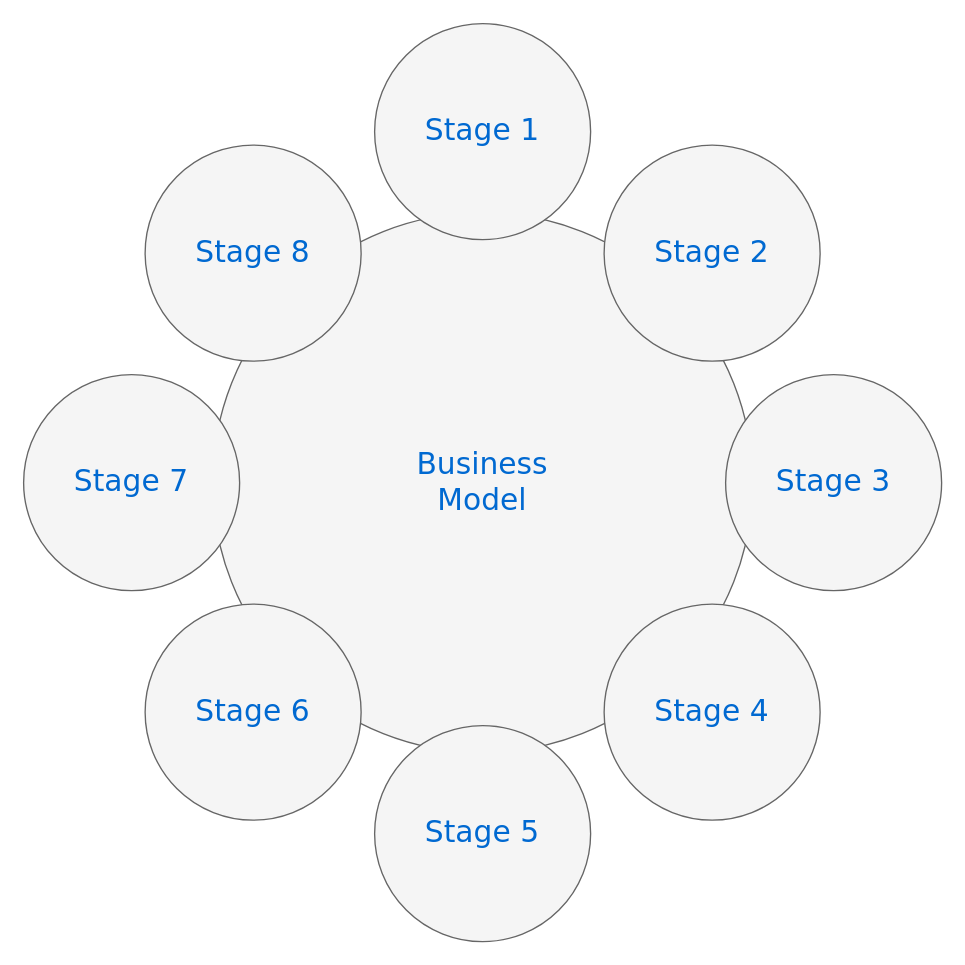
Earlier version of the draw.io diagram onbapp.drawio (RoboDD/my-flow-chart). Source tidied: cells renumbered, new cells numbered last; positions are measured from the earlier drawing's top-left corner, leaving out a move shared by most shapes. Both pictures are drawn from the tidied source at 135%, with x=0, y=0 at pixel (23, 23).
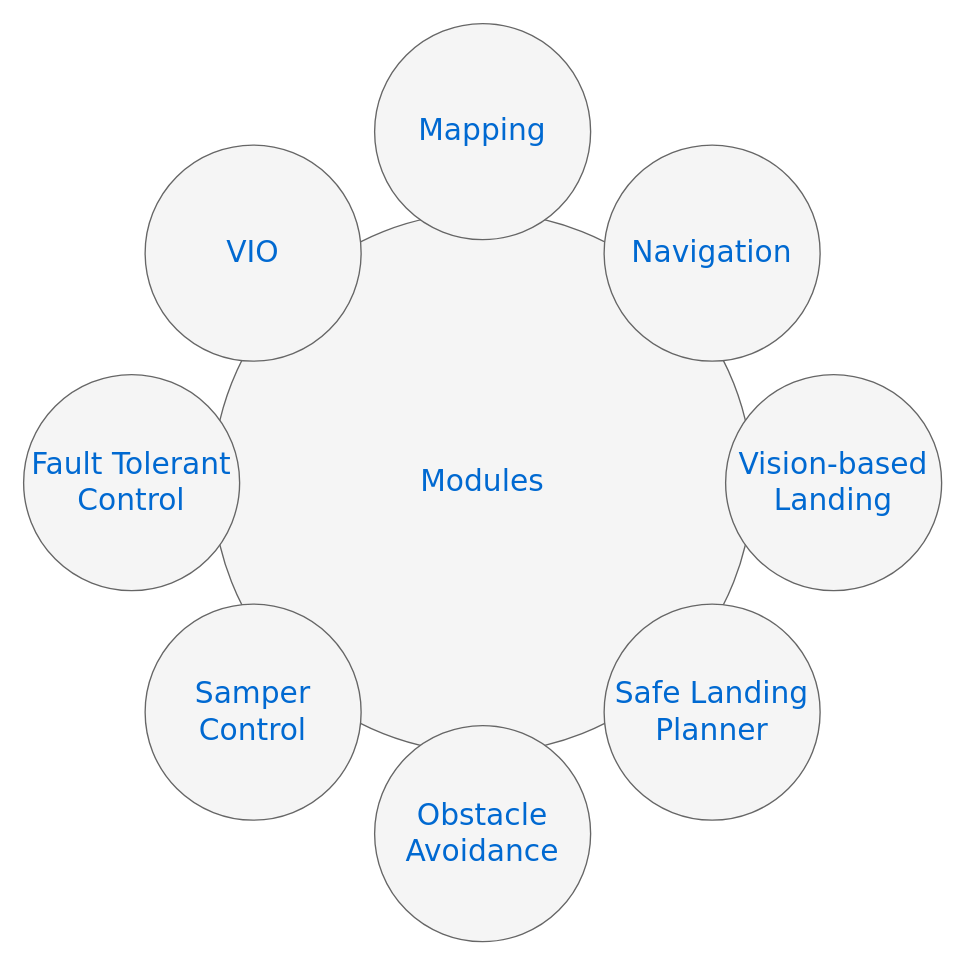
After the change.

What changed in the source:
```diff
@@
 <mxGraphModel>
   <root>
     <mxCell id="0" />
     <mxCell id="1" parent="0" />
-    <mxCell id="2" value="Business&lt;div&gt;Model&lt;/div&gt;" style="ellipse;whiteSpace=wrap;html=1;rounded=0;shadow=0;dashed=0;comic=0;fontFamily=Verdana;fontSize=22;fontColor=#0069D1;fillColor=#f5f5f5;strokeColor=#666666;" parent="1" vertex="1">
+    <mxCell id="2" value="Modules" style="ellipse;whiteSpace=wrap;html=1;rounded=0;shadow=0;dashed=0;comic=0;fontFamily=Verdana;fontSize=22;fontColor=#0069D1;fillColor=#f5f5f5;strokeColor=#666666;" parent="1" vertex="1">
       <mxGeometry x="140" y="140" width="400" height="400" as="geometry" />
     </mxCell>
-    <mxCell id="3" value="Stage 1" style="ellipse;whiteSpace=wrap;html=1;rounded=0;shadow=0;dashed=0;comic=0;fontFamily=Verdana;fontSize=22;fontColor=#0069D1;fillColor=#f5f5f5;strokeColor=#666666;" parent="1" vertex="1">
+    <mxCell id="3" value="Mapping" style="ellipse;whiteSpace=wrap;html=1;rounded=0;shadow=0;dashed=0;comic=0;fontFamily=Verdana;fontSize=22;fontColor=#0069D1;fillColor=#f5f5f5;strokeColor=#666666;" parent="1" vertex="1">
       <mxGeometry x="260" width="160" height="160" as="geometry" />
     </mxCell>
-    <mxCell id="4" value="Stage 5" style="ellipse;whiteSpace=wrap;html=1;rounded=0;shadow=0;dashed=0;comic=0;fontFamily=Verdana;fontSize=22;fontColor=#0069D1;fillColor=#f5f5f5;strokeColor=#666666;" parent="1" vertex="1">
+    <mxCell id="4" value="Obstacle Avoidance" style="ellipse;whiteSpace=wrap;html=1;rounded=0;shadow=0;dashed=0;comic=0;fontFamily=Verdana;fontSize=22;fontColor=#0069D1;fillColor=#f5f5f5;strokeColor=#666666;" parent="1" vertex="1">
       <mxGeometry x="260" y="520" width="160" height="160" as="geometry" />
     </mxCell>
-    <mxCell id="5" value="Stage 3" style="ellipse;whiteSpace=wrap;html=1;rounded=0;shadow=0;dashed=0;comic=0;fontFamily=Verdana;fontSize=22;fontColor=#0069D1;fillColor=#f5f5f5;strokeColor=#666666;" parent="1" vertex="1">
+    <mxCell id="5" value="Vision-based Landing" style="ellipse;whiteSpace=wrap;html=1;rounded=0;shadow=0;dashed=0;comic=0;fontFamily=Verdana;fontSize=22;fontColor=#0069D1;fillColor=#f5f5f5;strokeColor=#666666;" parent="1" vertex="1">
       <mxGeometry x="520" y="260" width="160" height="160" as="geometry" />
     </mxCell>
-    <mxCell id="6" value="Stage 7" style="ellipse;whiteSpace=wrap;html=1;rounded=0;shadow=0;dashed=0;comic=0;fontFamily=Verdana;fontSize=22;fontColor=#0069D1;fillColor=#f5f5f5;strokeColor=#666666;" parent="1" vertex="1">
+    <mxCell id="6" value="Fault Tolerant Control" style="ellipse;whiteSpace=wrap;html=1;rounded=0;shadow=0;dashed=0;comic=0;fontFamily=Verdana;fontSize=22;fontColor=#0069D1;fillColor=#f5f5f5;strokeColor=#666666;" parent="1" vertex="1">
       <mxGeometry y="260" width="160" height="160" as="geometry" />
     </mxCell>
-    <mxCell id="7" value="Stage 8" style="ellipse;whiteSpace=wrap;html=1;rounded=0;shadow=0;dashed=0;comic=0;fontFamily=Verdana;fontSize=22;fontColor=#0069D1;fillColor=#f5f5f5;strokeColor=#666666;" parent="1" vertex="1">
+    <mxCell id="7" value="VIO" style="ellipse;whiteSpace=wrap;html=1;rounded=0;shadow=0;dashed=0;comic=0;fontFamily=Verdana;fontSize=22;fontColor=#0069D1;fillColor=#f5f5f5;strokeColor=#666666;" parent="1" vertex="1">
       <mxGeometry x="90" y="90" width="160" height="160" as="geometry" />
     </mxCell>
-    <mxCell id="8" value="Stage 2" style="ellipse;whiteSpace=wrap;html=1;rounded=0;shadow=0;dashed=0;comic=0;fontFamily=Verdana;fontSize=22;fontColor=#0069D1;fillColor=#f5f5f5;strokeColor=#666666;" parent="1" vertex="1">
+    <mxCell id="8" value="Navigation" style="ellipse;whiteSpace=wrap;html=1;rounded=0;shadow=0;dashed=0;comic=0;fontFamily=Verdana;fontSize=22;fontColor=#0069D1;fillColor=#f5f5f5;strokeColor=#666666;" parent="1" vertex="1">
       <mxGeometry x="430" y="90" width="160" height="160" as="geometry" />
     </mxCell>
-    <mxCell id="9" value="Stage 4" style="ellipse;whiteSpace=wrap;html=1;rounded=0;shadow=0;dashed=0;comic=0;fontFamily=Verdana;fontSize=22;fontColor=#0069D1;fillColor=#f5f5f5;strokeColor=#666666;" parent="1" vertex="1">
+    <mxCell id="9" value="Safe Landing Planner" style="ellipse;whiteSpace=wrap;html=1;rounded=0;shadow=0;dashed=0;comic=0;fontFamily=Verdana;fontSize=22;fontColor=#0069D1;fillColor=#f5f5f5;strokeColor=#666666;" parent="1" vertex="1">
       <mxGeometry x="430" y="430" width="160" height="160" as="geometry" />
     </mxCell>
-    <mxCell id="10" value="Stage 6" style="ellipse;whiteSpace=wrap;html=1;rounded=0;shadow=0;dashed=0;comic=0;fontFamily=Verdana;fontSize=22;fontColor=#0069D1;fillColor=#f5f5f5;strokeColor=#666666;" parent="1" vertex="1">
+    <mxCell id="10" value="Samper Control" style="ellipse;whiteSpace=wrap;html=1;rounded=0;shadow=0;dashed=0;comic=0;fontFamily=Verdana;fontSize=22;fontColor=#0069D1;fillColor=#f5f5f5;strokeColor=#666666;" parent="1" vertex="1">
       <mxGeometry x="90" y="430" width="160" height="160" as="geometry" />
     </mxCell>
   </root>
 </mxGraphModel>
```
